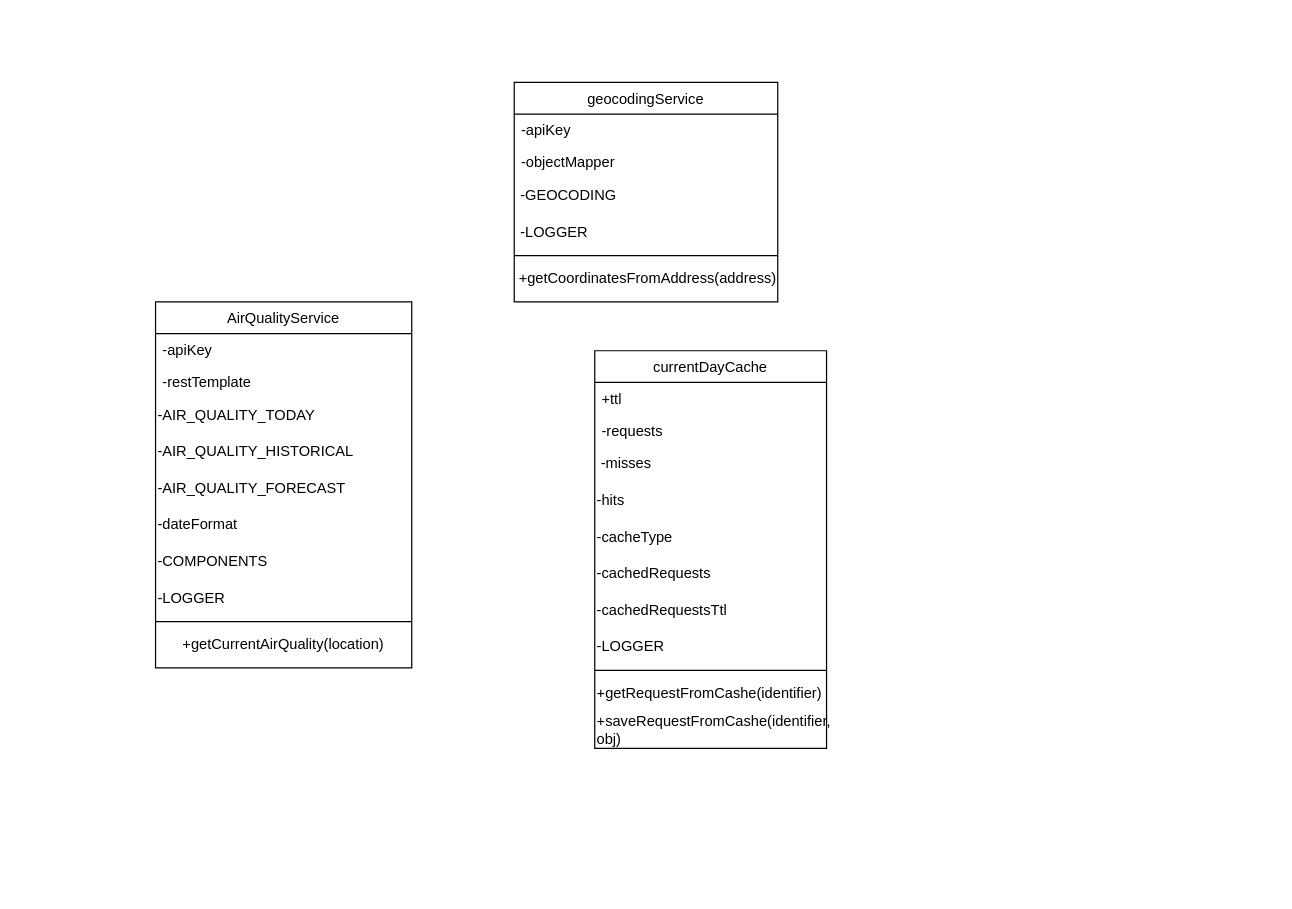
This is page "4.3b)" (4 of 4) of P/P04/P4.drawio from DavidAraujo98/AS, a draw.io file, before an edit. Source tidied: cells renumbered, new cells numbered last; positions are measured from the earlier drawing's top-left corner, leaving out a move shared by most shapes. Both pictures are drawn from the tidied source at 122%, with x=0, y=0 at pixel (155, 82).
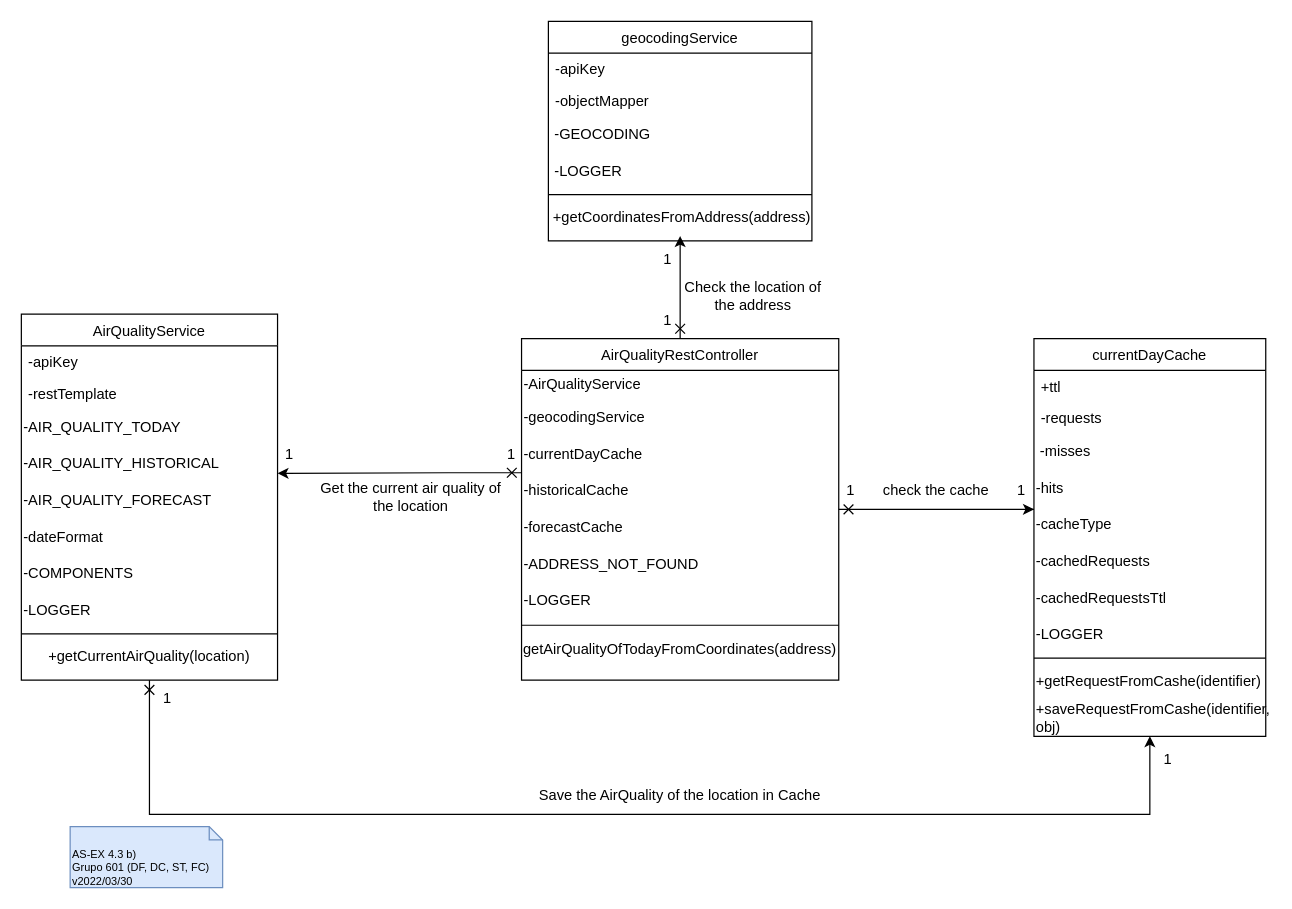
Above is the later version.

The change refers to these unchanged cells:
```xml
<mxCell id="9" value="&amp;nbsp;+getCoordinatesFromAddress(address)" style="text;html=1;strokeColor=none;fillColor=none;align=center;verticalAlign=middle;whiteSpace=wrap;rounded=0;shadow=1;" parent="2" vertex="1">
  <mxGeometry y="146" width="216" height="30" as="geometry" />
</mxCell>
<mxCell id="21" value="&lt;div align=&quot;left&quot;&gt;+saveRequestFromCashe(identifier, obj)&lt;br&gt;&lt;/div&gt;" style="text;html=1;strokeColor=none;fillColor=none;align=left;verticalAlign=middle;whiteSpace=wrap;rounded=0;" parent="10" vertex="1">
  <mxGeometry y="296" width="190" height="30" as="geometry" />
</mxCell>
<mxCell id="26" value="&lt;div align=&quot;left&quot;&gt;-AIR_QUALITY_HISTORICAL&lt;/div&gt;" style="text;html=1;strokeColor=none;fillColor=none;align=left;verticalAlign=middle;whiteSpace=wrap;rounded=0;" parent="22" vertex="1">
  <mxGeometry y="108" width="210" height="30" as="geometry" />
</mxCell>
```

Change to the diagram source:
```diff
@@
     <mxCell id="2" value="geocodingService" style="swimlane;fontStyle=0;align=center;verticalAlign=top;horizontal=1;startSize=26;rounded=0;shadow=0;strokeWidth=1;" parent="1" vertex="1">
-      <mxGeometry x="294" width="216" height="180" as="geometry" />
+      <mxGeometry x="322" y="-50" width="216" height="180" as="geometry" />
     </mxCell>
@@
     <mxCell id="10" value="currentDayCache" style="swimlane;fontStyle=0;align=center;verticalAlign=top;horizontal=1;startSize=26;rounded=0;shadow=0;strokeWidth=1;" parent="1" vertex="1">
-      <mxGeometry x="360" y="220" width="190" height="326" as="geometry" />
+      <mxGeometry x="720" y="210" width="190" height="326" as="geometry" />
     </mxCell>
@@
     <mxCell id="22" value="AirQualityService" style="swimlane;fontStyle=0;align=center;verticalAlign=top;horizontal=1;startSize=26;rounded=0;shadow=0;strokeWidth=1;" parent="1" vertex="1">
-      <mxGeometry y="180" width="210" height="300" as="geometry" />
+      <mxGeometry x="-110" y="190" width="210" height="300" as="geometry" />
     </mxCell>
@@
+    <mxCell id="33" value="AirQualityRestController" style="swimlane;fontStyle=0;align=center;verticalAlign=top;horizontal=1;startSize=26;rounded=0;shadow=0;strokeWidth=1;" parent="1" vertex="1">
+      <mxGeometry x="300" y="210" width="260" height="280" as="geometry" />
+    </mxCell>
+    <mxCell id="34" style="edgeStyle=orthogonalEdgeStyle;rounded=0;orthogonalLoop=1;jettySize=auto;html=1;exitX=1;exitY=1;exitDx=0;exitDy=0;entryX=1;entryY=0;entryDx=0;entryDy=0;" parent="33" edge="1">
+      <mxGeometry relative="1" as="geometry">
+        <mxPoint x="216" y="108" as="sourcePoint" />
+        <mxPoint x="216" y="108" as="targetPoint" />
+      </mxGeometry>
+    </mxCell>
+    <mxCell id="35" value="-AirQualityService" style="text;html=1;strokeColor=none;fillColor=none;align=left;verticalAlign=middle;whiteSpace=wrap;rounded=0;" parent="33" vertex="1">
+      <mxGeometry y="26" width="260" height="24" as="geometry" />
+    </mxCell>
+    <mxCell id="36" value="&lt;div align=&quot;left&quot;&gt;-geocodingService&lt;/div&gt;" style="text;html=1;strokeColor=none;fillColor=none;align=left;verticalAlign=middle;whiteSpace=wrap;rounded=0;" parent="33" vertex="1">
+      <mxGeometry y="50" width="260" height="30" as="geometry" />
+    </mxCell>
+    <mxCell id="37" value="&lt;div align=&quot;left&quot;&gt;-currentDayCache&lt;/div&gt;" style="text;html=1;strokeColor=none;fillColor=none;align=left;verticalAlign=middle;whiteSpace=wrap;rounded=0;" parent="33" vertex="1">
+      <mxGeometry y="80" width="260" height="30" as="geometry" />
+    </mxCell>
+    <mxCell id="38" value="&lt;div align=&quot;left&quot;&gt;-historicalCache&lt;/div&gt;" style="text;html=1;strokeColor=none;fillColor=none;align=left;verticalAlign=middle;whiteSpace=wrap;rounded=0;" parent="33" vertex="1">
+      <mxGeometry y="110" width="260" height="30" as="geometry" />
+    </mxCell>
+    <mxCell id="39" value="&lt;div align=&quot;left&quot;&gt;-forecastCache&lt;/div&gt;" style="text;html=1;strokeColor=none;fillColor=none;align=left;verticalAlign=middle;whiteSpace=wrap;rounded=0;" parent="33" vertex="1">
+      <mxGeometry y="140" width="260" height="30" as="geometry" />
+    </mxCell>
+    <mxCell id="40" value="&lt;div align=&quot;left&quot;&gt;-ADDRESS_NOT_FOUND&lt;/div&gt;" style="text;html=1;strokeColor=none;fillColor=none;align=left;verticalAlign=middle;whiteSpace=wrap;rounded=0;" parent="33" vertex="1">
+      <mxGeometry y="170" width="260" height="30" as="geometry" />
+    </mxCell>
+    <mxCell id="41" value="&lt;div align=&quot;left&quot;&gt;-LOGGER&lt;/div&gt;" style="text;html=1;strokeColor=none;fillColor=none;align=left;verticalAlign=middle;whiteSpace=wrap;rounded=0;" parent="33" vertex="1">
+      <mxGeometry y="200" width="260" height="30" as="geometry" />
+    </mxCell>
+    <mxCell id="42" style="line;html=1;strokeWidth=1;align=left;verticalAlign=middle;spacingTop=-1;spacingLeft=3;spacingRight=3;labelPosition=right;" parent="33" vertex="1">
+      <mxGeometry y="230" width="260" height="10" as="geometry" />
+    </mxCell>
+    <mxCell id="43" value="getAirQualityOfTodayFromCoordinates(address)" style="text;html=1;strokeColor=none;fillColor=none;align=center;verticalAlign=middle;whiteSpace=wrap;rounded=0;" parent="33" vertex="1">
+      <mxGeometry y="240" width="260" height="30" as="geometry" />
+    </mxCell>
+    <mxCell id="44" value="1" style="text;html=1;strokeColor=none;fillColor=none;align=center;verticalAlign=middle;whiteSpace=wrap;rounded=0;" parent="1" vertex="1">
+      <mxGeometry x="540" y="320" width="60" height="30" as="geometry" />
+    </mxCell>
+    <mxCell id="45" value="check the cache" style="text;html=1;strokeColor=none;fillColor=none;align=center;verticalAlign=middle;whiteSpace=wrap;rounded=0;" parent="1" vertex="1">
+      <mxGeometry x="590" y="320" width="100" height="30" as="geometry" />
+    </mxCell>
+    <mxCell id="46" style="edgeStyle=none;rounded=0;sketch=0;jettySize=auto;html=1;shadow=0;labelBackgroundColor=#FFFFCC;endArrow=cross;endFill=0;startArrow=classic;startFill=1;entryX=1;entryY=0;entryDx=0;entryDy=0;" parent="1" edge="1" target="39">
+      <mxGeometry relative="1" as="geometry">
+        <mxPoint x="720" y="350" as="sourcePoint" />
+        <Array as="points">
+          <mxPoint x="690" y="350" />
+          <mxPoint x="720" y="350" />
+          <mxPoint x="710" y="350" />
+          <mxPoint x="640" y="350" />
+        </Array>
+      </mxGeometry>
+    </mxCell>
+    <mxCell id="47" style="edgeStyle=orthogonalEdgeStyle;rounded=0;jettySize=auto;html=1;exitX=1;exitY=0;exitDx=0;exitDy=0;" parent="1" edge="1" source="39">
+      <mxGeometry relative="1" as="geometry">
+        <mxPoint x="560" y="350" as="targetPoint" />
+      </mxGeometry>
+    </mxCell>
+    <mxCell id="48" style="edgeStyle=none;rounded=0;sketch=0;jettySize=auto;html=1;exitX=0.5;exitY=1;exitDx=0;exitDy=0;entryX=0.5;entryY=1;entryDx=0;entryDy=0;shadow=0;labelBackgroundColor=#FFFFCC;endArrow=cross;endFill=0;startArrow=classic;startFill=1;" parent="1" edge="1" source="21" target="22">
+      <mxGeometry relative="1" as="geometry">
+        <Array as="points">
+          <mxPoint x="815" y="600" />
+          <mxPoint x="500" y="600" />
+          <mxPoint x="-5" y="600" />
+        </Array>
+      </mxGeometry>
+    </mxCell>
+    <mxCell id="49" value="1" style="text;html=1;strokeColor=none;fillColor=none;align=center;verticalAlign=middle;whiteSpace=wrap;rounded=0;" parent="1" vertex="1">
+      <mxGeometry x="-20" y="490" width="60" height="30" as="geometry" />
+    </mxCell>
+    <mxCell id="50" value="1" style="text;html=1;strokeColor=none;fillColor=none;align=center;verticalAlign=middle;whiteSpace=wrap;rounded=0;" parent="1" vertex="1">
+      <mxGeometry x="800" y="540" width="60" height="30" as="geometry" />
+    </mxCell>
+    <mxCell id="51" value="Save the AirQuality of the location in Cache" style="text;html=1;strokeColor=none;fillColor=none;align=center;verticalAlign=middle;whiteSpace=wrap;rounded=0;" parent="1" vertex="1">
+      <mxGeometry x="311" y="570" width="238" height="30" as="geometry" />
+    </mxCell>
+    <mxCell id="52" value="&lt;div&gt;1&lt;/div&gt;" style="text;html=1;strokeColor=none;fillColor=none;align=center;verticalAlign=middle;whiteSpace=wrap;rounded=0;" parent="1" vertex="1">
+      <mxGeometry x="390" y="180" width="60" height="30" as="geometry" />
+    </mxCell>
+    <mxCell id="53" style="edgeStyle=none;rounded=0;sketch=0;jettySize=auto;html=1;entryX=0.5;entryY=0;entryDx=0;entryDy=0;shadow=0;labelBackgroundColor=#FFFFCC;endArrow=cross;endFill=0;startArrow=classic;startFill=1;exitX=0.5;exitY=1;exitDx=0;exitDy=0;" parent="1" edge="1" source="9" target="33">
+      <mxGeometry relative="1" as="geometry">
+        <Array as="points">
+          <mxPoint x="430" y="140" />
+          <mxPoint x="430" y="160" />
+        </Array>
+      </mxGeometry>
+    </mxCell>
+    <mxCell id="54" value="&lt;div&gt;1&lt;/div&gt;" style="text;html=1;strokeColor=none;fillColor=none;align=center;verticalAlign=middle;whiteSpace=wrap;rounded=0;" parent="1" vertex="1">
+      <mxGeometry x="390" y="130" width="60" height="30" as="geometry" />
+    </mxCell>
+    <mxCell id="55" value="Check the location of the address" style="text;html=1;strokeColor=none;fillColor=none;align=center;verticalAlign=middle;whiteSpace=wrap;rounded=0;" parent="1" vertex="1">
+      <mxGeometry x="430" y="160" width="120" height="30" as="geometry" />
+    </mxCell>
+    <mxCell id="56" style="edgeStyle=none;rounded=0;sketch=0;jettySize=auto;html=1;exitX=1;exitY=0.75;exitDx=0;exitDy=0;entryX=0;entryY=0;entryDx=0;entryDy=0;shadow=0;labelBackgroundColor=#FFFFCC;endArrow=cross;endFill=0;startArrow=classic;startFill=1;" parent="1" edge="1" source="26" target="38">
+      <mxGeometry relative="1" as="geometry">
+        <Array as="points">
+          <mxPoint x="240" y="320" />
+          <mxPoint x="260" y="320" />
+          <mxPoint x="280" y="320" />
+        </Array>
+      </mxGeometry>
+    </mxCell>
+    <mxCell id="57" value="1" style="text;html=1;strokeColor=none;fillColor=none;align=center;verticalAlign=middle;whiteSpace=wrap;rounded=0;" parent="1" vertex="1">
+      <mxGeometry x="262" y="290" width="60" height="30" as="geometry" />
+    </mxCell>
+    <mxCell id="58" value="1" style="text;html=1;strokeColor=none;fillColor=none;align=center;verticalAlign=middle;whiteSpace=wrap;rounded=0;" parent="1" vertex="1">
+      <mxGeometry x="80" y="290" width="60" height="30" as="geometry" />
+    </mxCell>
+    <mxCell id="59" value="Get the current air quality of the location" style="text;html=1;strokeColor=none;fillColor=none;align=center;verticalAlign=middle;whiteSpace=wrap;rounded=0;" parent="1" vertex="1">
+      <mxGeometry x="130" y="325" width="159" height="30" as="geometry" />
+    </mxCell>
+    <mxCell id="60" value="1" style="text;html=1;strokeColor=none;fillColor=none;align=center;verticalAlign=middle;whiteSpace=wrap;rounded=0;" parent="1" vertex="1">
+      <mxGeometry x="680" y="320" width="60" height="30" as="geometry" />
+    </mxCell>
+    <mxCell id="61" value="AS-EX 4.3 b)&lt;br&gt;Grupo 601 (DF, DC, ST, FC)&lt;br&gt;v2022/03/30" style="shape=note2;boundedLbl=1;whiteSpace=wrap;html=1;size=11;verticalAlign=top;align=left;fontSize=9;fillColor=#dae8fc;strokeColor=#6c8ebf;" parent="1" vertex="1">
+      <mxGeometry x="-70" y="610" width="125" height="50" as="geometry" />
+    </mxCell>
```
